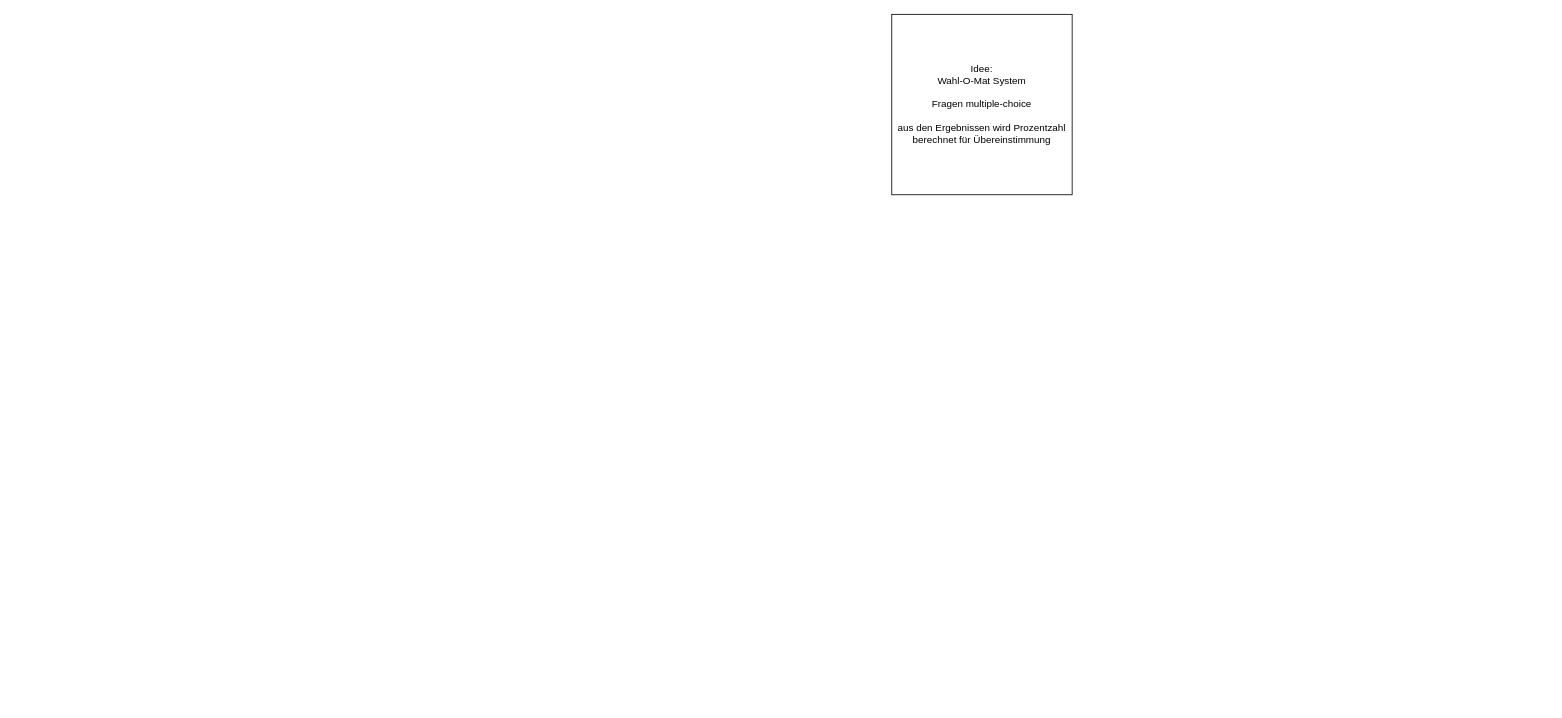
Julgeh1234/AppPROJECTinformatik keeps this draw.io diagram as concept_mindmap.drawio. Above is the earlier version. Source tidied: cells renumbered, new cells numbered last; positions are measured from the earlier drawing's top-left corner, leaving out a move shared by most shapes. Both pictures are drawn from the tidied source at 82%, with x=0, y=0 at pixel (891, 14).
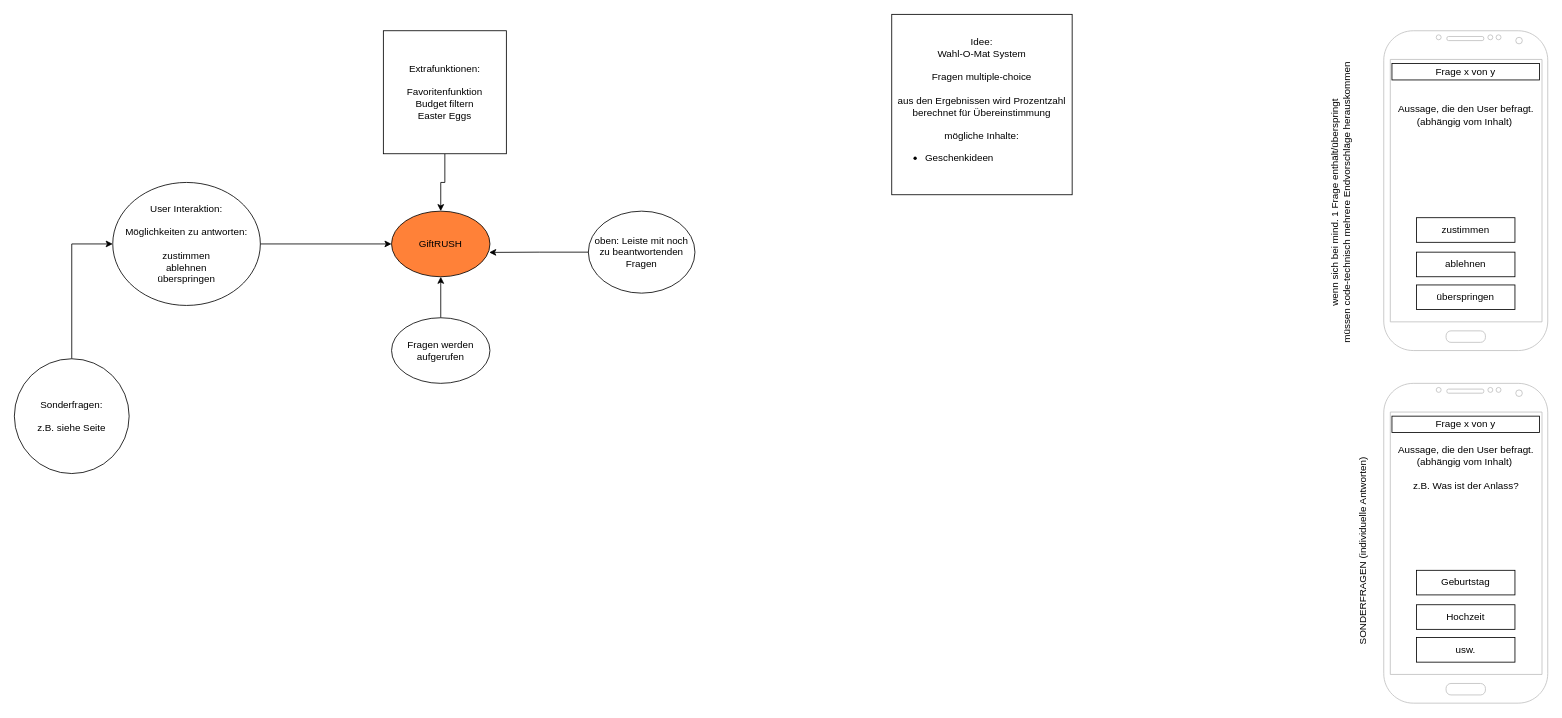
The same page after the edit.

What changed in the source:
```diff
@@
-    <mxCell id="2" value="Idee:&lt;div&gt;Wahl-O-Mat System&lt;/div&gt;&lt;div&gt;&lt;br&gt;&lt;/div&gt;&lt;div&gt;Fragen multiple-choice&lt;/div&gt;&lt;div&gt;&lt;br&gt;&lt;/div&gt;&lt;div&gt;aus den Ergebnissen wird Prozentzahl berechnet für Übereinstimmung&lt;/div&gt;" style="whiteSpace=wrap;html=1;" parent="1" vertex="1">
+    <mxCell id="2" value="Idee:&lt;div&gt;Wahl-O-Mat System&lt;/div&gt;&lt;div&gt;&lt;br&gt;&lt;/div&gt;&lt;div&gt;Fragen multiple-choice&lt;/div&gt;&lt;div&gt;&lt;br&gt;&lt;/div&gt;&lt;div&gt;aus den Ergebnissen wird Prozentzahl berechnet für Übereinstimmung&lt;/div&gt;&lt;div&gt;&lt;br&gt;&lt;/div&gt;&lt;div&gt;mögliche Inhalte:&lt;/div&gt;&lt;div&gt;&lt;ul&gt;&lt;li style=&quot;text-align: left;&quot;&gt;Geschenkideen&lt;/li&gt;&lt;/ul&gt;&lt;/div&gt;" style="whiteSpace=wrap;html=1;" parent="1" vertex="1">
       <mxGeometry width="220" height="220" as="geometry" />
     </mxCell>
+    <mxCell id="3" style="verticalLabelPosition=bottom;verticalAlign=top;html=1;shadow=0;dashed=0;strokeWidth=1;shape=mxgraph.android.phone2;strokeColor=#c0c0c0;" parent="1" vertex="1">
+      <mxGeometry x="600" y="20" width="200" height="390" as="geometry" />
+    </mxCell>
+    <mxCell id="4" value="zustimmen" style="rounded=0;whiteSpace=wrap;html=1;" parent="1" vertex="1">
+      <mxGeometry x="640" y="248" width="120" height="30" as="geometry" />
+    </mxCell>
+    <mxCell id="5" value="ablehnen" style="rounded=0;whiteSpace=wrap;html=1;" parent="1" vertex="1">
+      <mxGeometry x="640" y="290" width="120" height="30" as="geometry" />
+    </mxCell>
+    <mxCell id="6" value="überspringen" style="rounded=0;whiteSpace=wrap;html=1;" parent="1" vertex="1">
+      <mxGeometry x="640" y="330" width="120" height="30" as="geometry" />
+    </mxCell>
+    <mxCell id="7" value="Aussage, die den User befragt.&lt;div&gt;(abhängig vom Inhalt)&amp;nbsp;&lt;/div&gt;" style="text;html=1;align=center;verticalAlign=middle;strokeColor=none;fillColor=none;" parent="1" vertex="1">
+      <mxGeometry x="605" y="103" width="190" height="40" as="geometry" />
+    </mxCell>
+    <mxCell id="8" value="Frage x von y" style="whiteSpace=wrap;html=1;" parent="1" vertex="1">
+      <mxGeometry x="610" y="60" width="180" height="20" as="geometry" />
+    </mxCell>
+    <mxCell id="9" value="wenn sich bei mind. 1 Frage enthält/überspringt&lt;div&gt;müssen code-technisch mehrere Endvorschläge herauskommen&lt;/div&gt;&lt;div&gt;&lt;br&gt;&lt;/div&gt;" style="text;html=1;align=center;verticalAlign=middle;strokeColor=none;fillColor=none;rotation=-90;" parent="1" vertex="1">
+      <mxGeometry x="370" y="200" width="370" height="60" as="geometry" />
+    </mxCell>
+    <mxCell id="10" style="verticalLabelPosition=bottom;verticalAlign=top;html=1;shadow=0;dashed=0;strokeWidth=1;shape=mxgraph.android.phone2;strokeColor=#c0c0c0;" parent="1" vertex="1">
+      <mxGeometry x="600" y="450" width="200" height="390" as="geometry" />
+    </mxCell>
+    <mxCell id="11" value="Geburtstag" style="rounded=0;whiteSpace=wrap;html=1;" parent="1" vertex="1">
+      <mxGeometry x="640" y="678" width="120" height="30" as="geometry" />
+    </mxCell>
+    <mxCell id="12" value="Hochzeit" style="rounded=0;whiteSpace=wrap;html=1;" parent="1" vertex="1">
+      <mxGeometry x="640" y="720" width="120" height="30" as="geometry" />
+    </mxCell>
+    <mxCell id="13" value="usw." style="rounded=0;whiteSpace=wrap;html=1;" parent="1" vertex="1">
+      <mxGeometry x="640" y="760" width="120" height="30" as="geometry" />
+    </mxCell>
+    <mxCell id="14" value="Aussage, die den User befragt.&lt;div&gt;(abhängig vom Inhalt)&amp;nbsp;&lt;/div&gt;&lt;div&gt;&lt;br&gt;&lt;/div&gt;&lt;div&gt;z.B. Was ist der Anlass?&lt;/div&gt;" style="text;html=1;align=center;verticalAlign=middle;strokeColor=none;fillColor=none;" parent="1" vertex="1">
+      <mxGeometry x="605" y="518" width="190" height="70" as="geometry" />
+    </mxCell>
+    <mxCell id="15" value="Frage x von y" style="whiteSpace=wrap;html=1;" parent="1" vertex="1">
+      <mxGeometry x="610" y="490" width="180" height="20" as="geometry" />
+    </mxCell>
+    <mxCell id="16" value="SONDERFRAGEN (individuelle Antworten)" style="text;html=1;align=center;verticalAlign=middle;strokeColor=none;fillColor=none;rotation=-90;" parent="1" vertex="1">
+      <mxGeometry x="450" y="640" width="250" height="30" as="geometry" />
+    </mxCell>
+    <mxCell id="17" value="GiftRUSH" style="ellipse;whiteSpace=wrap;html=1;fillColor=light-dark(#FF8138,var(--ge-dark-color, #121212));" parent="1" vertex="1">
+      <mxGeometry x="-610" y="240" width="120" height="80" as="geometry" />
+    </mxCell>
+    <mxCell id="18" style="edgeStyle=orthogonalEdgeStyle;rounded=0;jettySize=auto;html=1;entryX=0.5;entryY=1;entryDx=0;entryDy=0;" parent="1" edge="1" source="19" target="17">
+      <mxGeometry relative="1" as="geometry" />
+    </mxCell>
+    <mxCell id="19" value="Fragen werden aufgerufen" style="ellipse;whiteSpace=wrap;html=1;" parent="1" vertex="1">
+      <mxGeometry x="-610" y="370" width="120" height="80" as="geometry" />
+    </mxCell>
+    <mxCell id="20" value="oben: Leiste mit noch zu beantwortenden Fragen" style="ellipse;whiteSpace=wrap;html=1;" parent="1" vertex="1">
+      <mxGeometry x="-370" y="240" width="130" height="100" as="geometry" />
+    </mxCell>
+    <mxCell id="21" style="edgeStyle=orthogonalEdgeStyle;rounded=0;jettySize=auto;html=1;entryX=0;entryY=0.5;entryDx=0;entryDy=0;" parent="1" edge="1" source="22" target="17">
+      <mxGeometry relative="1" as="geometry" />
+    </mxCell>
+    <mxCell id="22" value="User Interaktion:&lt;div&gt;&lt;br&gt;&lt;/div&gt;&lt;div&gt;Möglichkeiten zu antworten:&lt;/div&gt;&lt;div&gt;&lt;br&gt;&lt;/div&gt;&lt;div&gt;zustimmen&lt;/div&gt;&lt;div&gt;ablehnen&lt;/div&gt;&lt;div&gt;überspringen&lt;/div&gt;" style="ellipse;whiteSpace=wrap;html=1;" parent="1" vertex="1">
+      <mxGeometry x="-950" y="205" width="180" height="150" as="geometry" />
+    </mxCell>
+    <mxCell id="23" style="edgeStyle=orthogonalEdgeStyle;rounded=0;jettySize=auto;html=1;entryX=0;entryY=0.5;entryDx=0;entryDy=0;" parent="1" edge="1" source="24" target="22">
+      <mxGeometry relative="1" as="geometry" />
+    </mxCell>
+    <mxCell id="24" value="Sonderfragen:&lt;div&gt;&lt;br&gt;&lt;/div&gt;&lt;div&gt;z.B. siehe Seite&lt;/div&gt;" style="ellipse;whiteSpace=wrap;html=1;" parent="1" vertex="1">
+      <mxGeometry x="-1070" y="420" width="140" height="140" as="geometry" />
+    </mxCell>
+    <mxCell id="25" style="edgeStyle=orthogonalEdgeStyle;rounded=0;jettySize=auto;html=1;entryX=0.992;entryY=0.629;entryDx=0;entryDy=0;entryPerimeter=0;" parent="1" edge="1" source="20" target="17">
+      <mxGeometry relative="1" as="geometry" />
+    </mxCell>
+    <mxCell id="26" style="edgeStyle=orthogonalEdgeStyle;rounded=0;jettySize=auto;html=1;entryX=0.5;entryY=0;entryDx=0;entryDy=0;" parent="1" edge="1" source="27" target="17">
+      <mxGeometry relative="1" as="geometry" />
+    </mxCell>
+    <mxCell id="27" value="Extrafunktionen:&lt;div&gt;&lt;br&gt;&lt;/div&gt;&lt;div&gt;Favoritenfunktion&lt;/div&gt;&lt;div&gt;Budget filtern&lt;/div&gt;&lt;div&gt;Easter Eggs&lt;/div&gt;" style="whiteSpace=wrap;html=1;" parent="1" vertex="1">
+      <mxGeometry x="-620" y="20" width="150" height="150" as="geometry" />
+    </mxCell>
```
